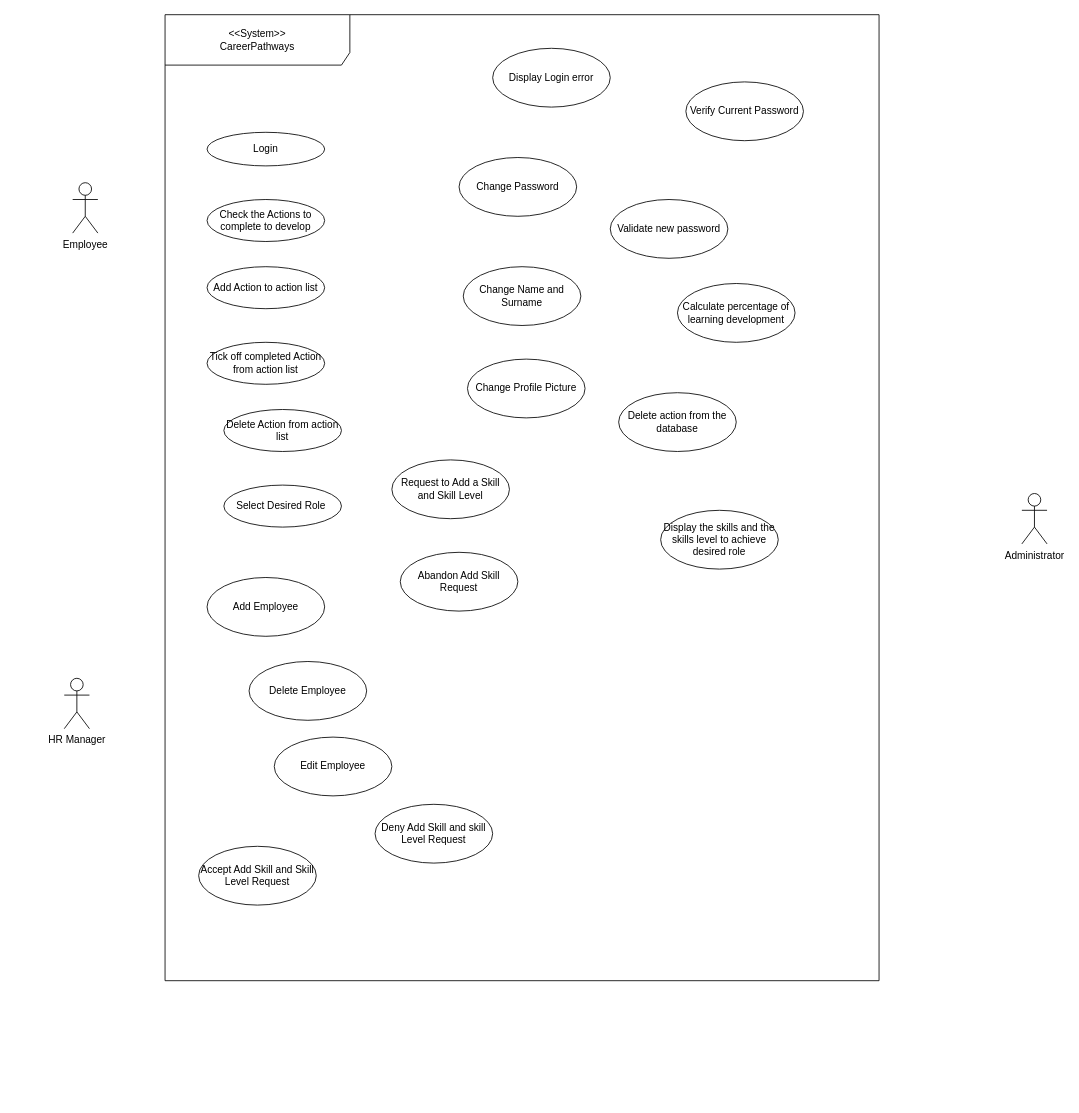
learningCurve89/WorkBasedPortfolios keeps this draw.io diagram as CareerPathways.drawio. Above is the earlier version. Source tidied: cells renumbered, new cells numbered last; positions are measured from the earlier drawing's top-left corner, leaving out a move shared by most shapes. Both pictures are drawn from the tidied source at 84%, with x=0, y=0 at pixel (64, 14).
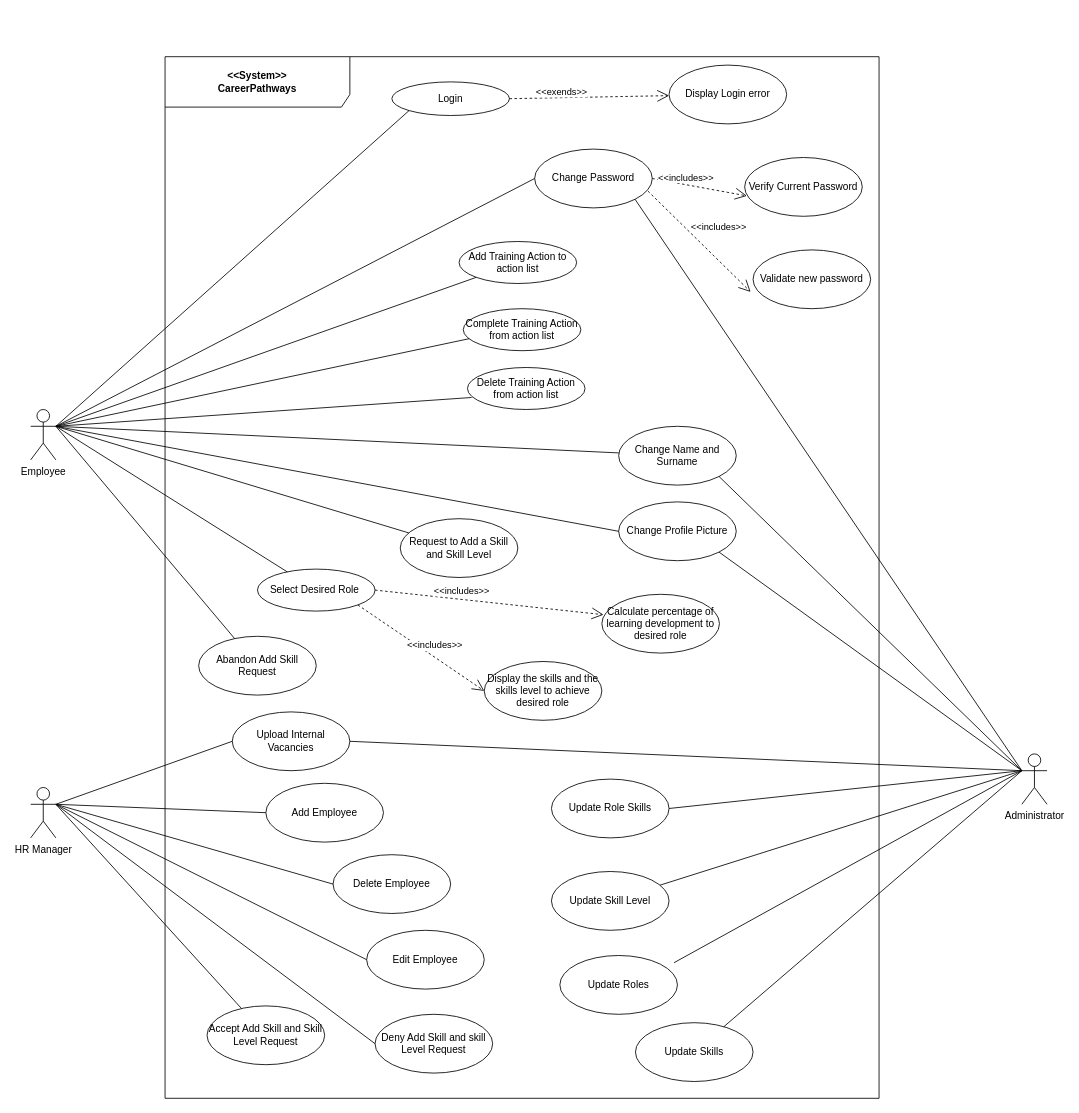
The same diagram, later.

The edit, as a diff of the source:
```diff
@@
-    <mxCell id="2" value="&amp;lt;&amp;lt;System&amp;gt;&amp;gt;&lt;br&gt;CareerPathways" style="shape=umlFrame;whiteSpace=wrap;html=1;width=220;height=60;" parent="1" vertex="1">
-      <mxGeometry x="120" width="850" height="1150" as="geometry" />
+    <mxCell id="2" value="&lt;b&gt;&amp;lt;&amp;lt;System&amp;gt;&amp;gt;&lt;br&gt;CareerPathways&lt;/b&gt;" style="shape=umlFrame;whiteSpace=wrap;html=1;width=220;height=60;" parent="1" vertex="1">
+      <mxGeometry x="120" y="50" width="850" height="1240" as="geometry" />
     </mxCell>
     <mxCell id="3" value="Employee" style="shape=umlActor;verticalLabelPosition=bottom;verticalAlign=top;html=1;" parent="1" vertex="1">
-      <mxGeometry x="10" y="200" width="30" height="60" as="geometry" />
+      <mxGeometry x="-40" y="470" width="30" height="60" as="geometry" />
     </mxCell>
     <mxCell id="4" value="HR Manager" style="shape=umlActor;verticalLabelPosition=bottom;verticalAlign=top;html=1;" parent="1" vertex="1">
-      <mxGeometry y="790" width="30" height="60" as="geometry" />
+      <mxGeometry x="-40" y="920" width="30" height="60" as="geometry" />
     </mxCell>
     <mxCell id="5" value="Administrator" style="shape=umlActor;verticalLabelPosition=bottom;verticalAlign=top;html=1;" parent="1" vertex="1">
-      <mxGeometry x="1140" y="570" width="30" height="60" as="geometry" />
+      <mxGeometry x="1140" y="880" width="30" height="60" as="geometry" />
     </mxCell>
     <mxCell id="6" value="Login" style="ellipse;whiteSpace=wrap;html=1;" parent="1" vertex="1">
-      <mxGeometry x="170" y="140" width="140" height="40" as="geometry" />
+      <mxGeometry x="390" y="80" width="140" height="40" as="geometry" />
     </mxCell>
-    <mxCell id="7" value="Check the Actions to complete to develop" style="ellipse;whiteSpace=wrap;html=1;" parent="1" vertex="1">
-      <mxGeometry x="170" y="220" width="140" height="50" as="geometry" />
-    </mxCell>
-    <mxCell id="8" value="Add Action to action list" style="ellipse;whiteSpace=wrap;html=1;" parent="1" vertex="1">
-      <mxGeometry x="170" y="300" width="140" height="50" as="geometry" />
+    <mxCell id="8" value="Add Training Action to action list" style="ellipse;whiteSpace=wrap;html=1;" parent="1" vertex="1">
+      <mxGeometry x="470" y="270" width="140" height="50" as="geometry" />
     </mxCell>
-    <mxCell id="9" value="Tick off completed Action from action list" style="ellipse;whiteSpace=wrap;html=1;" parent="1" vertex="1">
-      <mxGeometry x="170" y="390" width="140" height="50" as="geometry" />
+    <mxCell id="9" value="Complete Training Action from action list" style="ellipse;whiteSpace=wrap;html=1;" parent="1" vertex="1">
+      <mxGeometry x="475" y="350" width="140" height="50" as="geometry" />
     </mxCell>
-    <mxCell id="10" value="Delete Action from action list" style="ellipse;whiteSpace=wrap;html=1;" parent="1" vertex="1">
-      <mxGeometry x="190" y="470" width="140" height="50" as="geometry" />
+    <mxCell id="10" value="Delete Training Action from action list" style="ellipse;whiteSpace=wrap;html=1;" parent="1" vertex="1">
+      <mxGeometry x="480" y="420" width="140" height="50" as="geometry" />
     </mxCell>
     <mxCell id="11" value="Select Desired Role&amp;nbsp;" style="ellipse;whiteSpace=wrap;html=1;" parent="1" vertex="1">
-      <mxGeometry x="190" y="560" width="140" height="50" as="geometry" />
+      <mxGeometry x="230" y="660" width="140" height="50" as="geometry" />
     </mxCell>
     <mxCell id="12" value="Display the skills and the skills level to achieve desired role" style="ellipse;whiteSpace=wrap;html=1;" parent="1" vertex="1">
-      <mxGeometry x="710" y="590" width="140" height="70" as="geometry" />
+      <mxGeometry x="500" y="770" width="140" height="70" as="geometry" />
     </mxCell>
-    <mxCell id="13" value="Delete action from the database" style="ellipse;whiteSpace=wrap;html=1;" parent="1" vertex="1">
-      <mxGeometry x="660" y="450" width="140" height="70" as="geometry" />
-    </mxCell>
     <mxCell id="14" value="Change Password" style="ellipse;whiteSpace=wrap;html=1;" parent="1" vertex="1">
-      <mxGeometry x="470" y="170" width="140" height="70" as="geometry" />
+      <mxGeometry x="560" y="160" width="140" height="70" as="geometry" />
     </mxCell>
     <mxCell id="15" value="Verify Current Password" style="ellipse;whiteSpace=wrap;html=1;" parent="1" vertex="1">
-      <mxGeometry x="740" y="80" width="140" height="70" as="geometry" />
+      <mxGeometry x="810" y="170" width="140" height="70" as="geometry" />
     </mxCell>
     <mxCell id="16" value="Display Login error" style="ellipse;whiteSpace=wrap;html=1;" parent="1" vertex="1">
-      <mxGeometry x="510" y="40" width="140" height="70" as="geometry" />
+      <mxGeometry x="720" y="60" width="140" height="70" as="geometry" />
     </mxCell>
     <mxCell id="17" value="Change Name and Surname" style="ellipse;whiteSpace=wrap;html=1;" parent="1" vertex="1">
-      <mxGeometry x="475" y="300" width="140" height="70" as="geometry" />
+      <mxGeometry x="660" y="490" width="140" height="70" as="geometry" />
     </mxCell>
     <mxCell id="18" value="Change Profile Picture" style="ellipse;whiteSpace=wrap;html=1;" parent="1" vertex="1">
-      <mxGeometry x="480" y="410" width="140" height="70" as="geometry" />
+      <mxGeometry x="660" y="580" width="140" height="70" as="geometry" />
     </mxCell>
-    <mxCell id="19" value="Calculate percentage of learning development" style="ellipse;whiteSpace=wrap;html=1;" parent="1" vertex="1">
-      <mxGeometry x="730" y="320" width="140" height="70" as="geometry" />
+    <mxCell id="19" value="Calculate percentage of learning development to desired role" style="ellipse;whiteSpace=wrap;html=1;" parent="1" vertex="1">
+      <mxGeometry x="640" y="690" width="140" height="70" as="geometry" />
     </mxCell>
     <mxCell id="20" value="Request to Add a Skill and Skill Level" style="ellipse;whiteSpace=wrap;html=1;" parent="1" vertex="1">
-      <mxGeometry x="390" y="530" width="140" height="70" as="geometry" />
+      <mxGeometry x="400" y="600" width="140" height="70" as="geometry" />
     </mxCell>
     <mxCell id="21" value="Abandon Add Skill Request" style="ellipse;whiteSpace=wrap;html=1;" parent="1" vertex="1">
-      <mxGeometry x="400" y="640" width="140" height="70" as="geometry" />
+      <mxGeometry x="160" y="740" width="140" height="70" as="geometry" />
     </mxCell>
     <mxCell id="22" value="Add Employee" style="ellipse;whiteSpace=wrap;html=1;" parent="1" vertex="1">
-      <mxGeometry x="170" y="670" width="140" height="70" as="geometry" />
+      <mxGeometry x="240" y="915" width="140" height="70" as="geometry" />
     </mxCell>
     <mxCell id="23" value="Delete Employee" style="ellipse;whiteSpace=wrap;html=1;" parent="1" vertex="1">
-      <mxGeometry x="220" y="770" width="140" height="70" as="geometry" />
+      <mxGeometry x="320" y="1000" width="140" height="70" as="geometry" />
     </mxCell>
     <mxCell id="24" value="Edit Employee" style="ellipse;whiteSpace=wrap;html=1;" parent="1" vertex="1">
-      <mxGeometry x="250" y="860" width="140" height="70" as="geometry" />
+      <mxGeometry x="360" y="1090" width="140" height="70" as="geometry" />
     </mxCell>
     <mxCell id="25" value="Accept Add Skill and Skill Level Request" style="ellipse;whiteSpace=wrap;html=1;" parent="1" vertex="1">
-      <mxGeometry x="160" y="990" width="140" height="70" as="geometry" />
+      <mxGeometry x="170" y="1180" width="140" height="70" as="geometry" />
     </mxCell>
     <mxCell id="26" value="Deny Add Skill and skill Level Request" style="ellipse;whiteSpace=wrap;html=1;" parent="1" vertex="1">
-      <mxGeometry x="370" y="940" width="140" height="70" as="geometry" />
+      <mxGeometry x="370" y="1190" width="140" height="70" as="geometry" />
     </mxCell>
     <mxCell id="27" value="Validate new password" style="ellipse;whiteSpace=wrap;html=1;" parent="1" vertex="1">
-      <mxGeometry x="650" y="220" width="140" height="70" as="geometry" />
+      <mxGeometry x="820" y="280" width="140" height="70" as="geometry" />
     </mxCell>
+    <mxCell id="28" style="endArrow=none;endFill=0;endSize=12;html=1;exitX=1;exitY=0.3333333333333333;exitDx=0;exitDy=0;exitPerimeter=0;" parent="1" edge="1" source="4" target="25">
+      <mxGeometry relative="1" as="geometry" />
+    </mxCell>
+    <mxCell id="29" style="endArrow=none;endFill=0;endSize=12;html=1;entryX=0;entryY=0.5;entryDx=0;entryDy=0;exitX=1;exitY=0.3333333333333333;exitDx=0;exitDy=0;exitPerimeter=0;" parent="1" edge="1" source="4" target="26">
+      <mxGeometry relative="1" as="geometry" />
+    </mxCell>
+    <mxCell id="30" style="endArrow=none;endFill=0;endSize=12;html=1;exitX=1;exitY=0.3333333333333333;exitDx=0;exitDy=0;exitPerimeter=0;entryX=0;entryY=0.5;entryDx=0;entryDy=0;" parent="1" edge="1" source="4" target="24">
+      <mxGeometry relative="1" as="geometry" />
+    </mxCell>
+    <mxCell id="31" style="endArrow=none;endFill=0;endSize=12;html=1;entryX=0;entryY=0.5;entryDx=0;entryDy=0;exitX=1;exitY=0.3333333333333333;exitDx=0;exitDy=0;exitPerimeter=0;" parent="1" edge="1" source="4" target="23">
+      <mxGeometry relative="1" as="geometry" />
+    </mxCell>
+    <mxCell id="32" style="endArrow=none;endFill=0;endSize=12;html=1;entryX=0;entryY=0.5;entryDx=0;entryDy=0;exitX=1;exitY=0.3333333333333333;exitDx=0;exitDy=0;exitPerimeter=0;" parent="1" edge="1" source="4" target="22">
+      <mxGeometry relative="1" as="geometry" />
+    </mxCell>
+    <mxCell id="33" value="Update Roles" style="ellipse;whiteSpace=wrap;html=1;" parent="1" vertex="1">
+      <mxGeometry x="590" y="1120" width="140" height="70" as="geometry" />
+    </mxCell>
+    <mxCell id="34" value="Update Skills" style="ellipse;whiteSpace=wrap;html=1;" parent="1" vertex="1">
+      <mxGeometry x="680" y="1200" width="140" height="70" as="geometry" />
+    </mxCell>
+    <mxCell id="35" value="Update Skill Level" style="ellipse;whiteSpace=wrap;html=1;" parent="1" vertex="1">
+      <mxGeometry x="580" y="1020" width="140" height="70" as="geometry" />
+    </mxCell>
+    <mxCell id="36" value="Update Role Skills" style="ellipse;whiteSpace=wrap;html=1;" parent="1" vertex="1">
+      <mxGeometry x="580" y="910" width="140" height="70" as="geometry" />
+    </mxCell>
+    <mxCell id="37" style="endArrow=none;endFill=0;endSize=12;html=1;exitX=0;exitY=0.3333333333333333;exitDx=0;exitDy=0;exitPerimeter=0;" parent="1" edge="1" source="5" target="34">
+      <mxGeometry relative="1" as="geometry" />
+    </mxCell>
+    <mxCell id="38" style="endArrow=none;endFill=0;endSize=12;html=1;exitX=0;exitY=0.3333333333333333;exitDx=0;exitDy=0;exitPerimeter=0;entryX=0.971;entryY=0.122;entryDx=0;entryDy=0;entryPerimeter=0;" parent="1" edge="1" source="5" target="33">
+      <mxGeometry relative="1" as="geometry" />
+    </mxCell>
+    <mxCell id="39" style="endArrow=none;endFill=0;endSize=12;html=1;exitX=0;exitY=0.3333333333333333;exitDx=0;exitDy=0;exitPerimeter=0;" parent="1" edge="1" source="5" target="35">
+      <mxGeometry relative="1" as="geometry" />
+    </mxCell>
+    <mxCell id="40" style="endArrow=none;endFill=0;endSize=12;html=1;exitX=0;exitY=0.3333333333333333;exitDx=0;exitDy=0;exitPerimeter=0;entryX=1;entryY=0.5;entryDx=0;entryDy=0;" parent="1" edge="1" source="5" target="36">
+      <mxGeometry relative="1" as="geometry" />
+    </mxCell>
+    <mxCell id="41" value="Upload Internal Vacancies" style="ellipse;whiteSpace=wrap;html=1;" parent="1" vertex="1">
+      <mxGeometry x="200" y="830" width="140" height="70" as="geometry" />
+    </mxCell>
+    <mxCell id="42" style="endArrow=none;endFill=0;endSize=12;html=1;exitX=1;exitY=0.3333333333333333;exitDx=0;exitDy=0;exitPerimeter=0;entryX=0;entryY=0.5;entryDx=0;entryDy=0;" parent="1" edge="1" source="4" target="41">
+      <mxGeometry relative="1" as="geometry" />
+    </mxCell>
+    <mxCell id="43" style="endArrow=none;endFill=0;endSize=12;html=1;exitX=1;exitY=0.3333333333333333;exitDx=0;exitDy=0;exitPerimeter=0;" parent="1" edge="1" source="3" target="21">
+      <mxGeometry relative="1" as="geometry" />
+    </mxCell>
+    <mxCell id="44" style="endArrow=none;endFill=0;endSize=12;html=1;exitX=1;exitY=0.3333333333333333;exitDx=0;exitDy=0;exitPerimeter=0;" parent="1" edge="1" source="3" target="11">
+      <mxGeometry relative="1" as="geometry" />
+    </mxCell>
+    <mxCell id="45" style="endArrow=none;endFill=0;endSize=12;html=1;exitX=1;exitY=0.3333333333333333;exitDx=0;exitDy=0;exitPerimeter=0;" parent="1" edge="1" source="3" target="20">
+      <mxGeometry relative="1" as="geometry" />
+    </mxCell>
+    <mxCell id="46" style="endArrow=none;endFill=0;endSize=12;html=1;exitX=1;exitY=0.3333333333333333;exitDx=0;exitDy=0;exitPerimeter=0;entryX=0.035;entryY=0.714;entryDx=0;entryDy=0;entryPerimeter=0;" parent="1" edge="1" source="3" target="10">
+      <mxGeometry relative="1" as="geometry" />
+    </mxCell>
+    <mxCell id="47" style="endArrow=none;endFill=0;endSize=12;html=1;exitX=1;exitY=0.3333333333333333;exitDx=0;exitDy=0;exitPerimeter=0;entryX=0;entryY=0.5;entryDx=0;entryDy=0;" parent="1" edge="1" source="3" target="18">
+      <mxGeometry relative="1" as="geometry" />
+    </mxCell>
+    <mxCell id="48" style="endArrow=none;endFill=0;endSize=12;html=1;entryX=0.05;entryY=0.714;entryDx=0;entryDy=0;entryPerimeter=0;exitX=1;exitY=0.3333333333333333;exitDx=0;exitDy=0;exitPerimeter=0;" parent="1" edge="1" source="3" target="9">
+      <mxGeometry relative="1" as="geometry" />
+    </mxCell>
+    <mxCell id="49" style="endArrow=none;endFill=0;endSize=12;html=1;exitX=1;exitY=0.3333333333333333;exitDx=0;exitDy=0;exitPerimeter=0;" parent="1" edge="1" source="3" target="17">
+      <mxGeometry relative="1" as="geometry" />
+    </mxCell>
+    <mxCell id="50" style="endArrow=none;endFill=0;endSize=12;html=1;exitX=1;exitY=0.3333333333333333;exitDx=0;exitDy=0;exitPerimeter=0;entryX=0;entryY=0.5;entryDx=0;entryDy=0;" parent="1" edge="1" source="3" target="14">
+      <mxGeometry relative="1" as="geometry" />
+    </mxCell>
+    <mxCell id="51" style="endArrow=none;endFill=0;endSize=12;html=1;exitX=1;exitY=0.3333333333333333;exitDx=0;exitDy=0;exitPerimeter=0;entryX=0;entryY=1;entryDx=0;entryDy=0;" parent="1" edge="1" source="3" target="8">
+      <mxGeometry relative="1" as="geometry" />
+    </mxCell>
+    <mxCell id="52" style="endArrow=none;endFill=0;endSize=12;html=1;exitX=1;exitY=0.3333333333333333;exitDx=0;exitDy=0;exitPerimeter=0;entryX=0;entryY=1;entryDx=0;entryDy=0;" parent="1" edge="1" source="3" target="6">
+      <mxGeometry relative="1" as="geometry" />
+    </mxCell>
+    <mxCell id="53" style="endArrow=open;endFill=1;endSize=12;html=1;dashed=1;exitX=1;exitY=0.5;exitDx=0;exitDy=0;" parent="1" edge="1" source="6" target="16">
+      <mxGeometry relative="1" as="geometry" />
+    </mxCell>
+    <mxCell id="54" value="&amp;lt;&amp;lt;exends&amp;gt;&amp;gt;" style="edgeLabel;html=1;align=center;verticalAlign=middle;" parent="53" vertex="1">
+      <mxGeometry x="-0.36" y="7" relative="1" as="geometry">
+        <mxPoint x="1" as="offset" />
+      </mxGeometry>
+    </mxCell>
+    <mxCell id="55" style="endArrow=open;endFill=1;endSize=12;html=1;dashed=1;exitX=1;exitY=0.5;exitDx=0;exitDy=0;entryX=0.019;entryY=0.653;entryDx=0;entryDy=0;entryPerimeter=0;" parent="1" edge="1" source="14" target="15">
+      <mxGeometry relative="1" as="geometry" />
+    </mxCell>
+    <mxCell id="56" value="&amp;lt;&amp;lt;includes&amp;gt;&amp;gt;" style="edgeLabel;html=1;align=center;verticalAlign=middle;" parent="55" vertex="1">
+      <mxGeometry x="-0.32" y="9" relative="1" as="geometry" />
+    </mxCell>
+    <mxCell id="57" style="endArrow=open;endFill=1;endSize=12;html=1;dashed=1;exitX=0.963;exitY=0.714;exitDx=0;exitDy=0;entryX=-0.021;entryY=0.714;entryDx=0;entryDy=0;entryPerimeter=0;exitPerimeter=0;" parent="1" edge="1" source="14" target="27">
+      <mxGeometry relative="1" as="geometry" />
+    </mxCell>
+    <mxCell id="58" value="&amp;lt;&amp;lt;includes&amp;gt;&amp;gt;" style="edgeLabel;html=1;align=center;verticalAlign=middle;" parent="57" vertex="1">
+      <mxGeometry x="-0.36" y="12" relative="1" as="geometry">
+        <mxPoint x="35.9" y="12.1" as="offset" />
+      </mxGeometry>
+    </mxCell>
+    <mxCell id="59" style="endArrow=open;endFill=1;endSize=12;html=1;dashed=1;exitX=1;exitY=0.5;exitDx=0;exitDy=0;entryX=0.014;entryY=0.347;entryDx=0;entryDy=0;entryPerimeter=0;" parent="1" edge="1" source="11" target="19">
+      <mxGeometry relative="1" as="geometry" />
+    </mxCell>
+    <mxCell id="60" value="&amp;lt;&amp;lt;includes&amp;gt;&amp;gt;" style="edgeLabel;html=1;align=center;verticalAlign=middle;" parent="59" vertex="1">
+      <mxGeometry x="-0.26" y="10" relative="1" as="geometry">
+        <mxPoint x="1" as="offset" />
+      </mxGeometry>
+    </mxCell>
+    <mxCell id="61" style="endArrow=open;endFill=1;endSize=12;html=1;dashed=1;exitX=1;exitY=1;exitDx=0;exitDy=0;entryX=0;entryY=0.5;entryDx=0;entryDy=0;" parent="1" edge="1" source="11" target="12">
+      <mxGeometry relative="1" as="geometry" />
+    </mxCell>
+    <mxCell id="62" value="&amp;lt;&amp;lt;includes&amp;gt;&amp;gt;" style="edgeLabel;html=1;align=center;verticalAlign=middle;" parent="61" vertex="1">
+      <mxGeometry x="0.12" y="11" relative="1" as="geometry" />
+    </mxCell>
+    <mxCell id="63" style="endArrow=none;endFill=0;endSize=12;html=1;exitX=0;exitY=0.3333333333333333;exitDx=0;exitDy=0;exitPerimeter=0;entryX=1;entryY=1;entryDx=0;entryDy=0;" parent="1" edge="1" source="5" target="18">
+      <mxGeometry relative="1" as="geometry" />
+    </mxCell>
+    <mxCell id="64" style="endArrow=none;endFill=0;endSize=12;html=1;exitX=0;exitY=0.3333333333333333;exitDx=0;exitDy=0;exitPerimeter=0;entryX=1;entryY=1;entryDx=0;entryDy=0;" parent="1" edge="1" source="5" target="17">
+      <mxGeometry relative="1" as="geometry" />
+    </mxCell>
+    <mxCell id="65" style="endArrow=none;endFill=0;endSize=12;html=1;entryX=1;entryY=1;entryDx=0;entryDy=0;exitX=0;exitY=0.3333333333333333;exitDx=0;exitDy=0;exitPerimeter=0;" parent="1" edge="1" source="5" target="14">
+      <mxGeometry relative="1" as="geometry" />
+    </mxCell>
+    <mxCell id="66" style="endArrow=none;endFill=0;endSize=12;html=1;exitX=0;exitY=0.3333333333333333;exitDx=0;exitDy=0;exitPerimeter=0;entryX=1;entryY=0.5;entryDx=0;entryDy=0;" parent="1" edge="1" source="5" target="41">
+      <mxGeometry relative="1" as="geometry" />
+    </mxCell>
```
